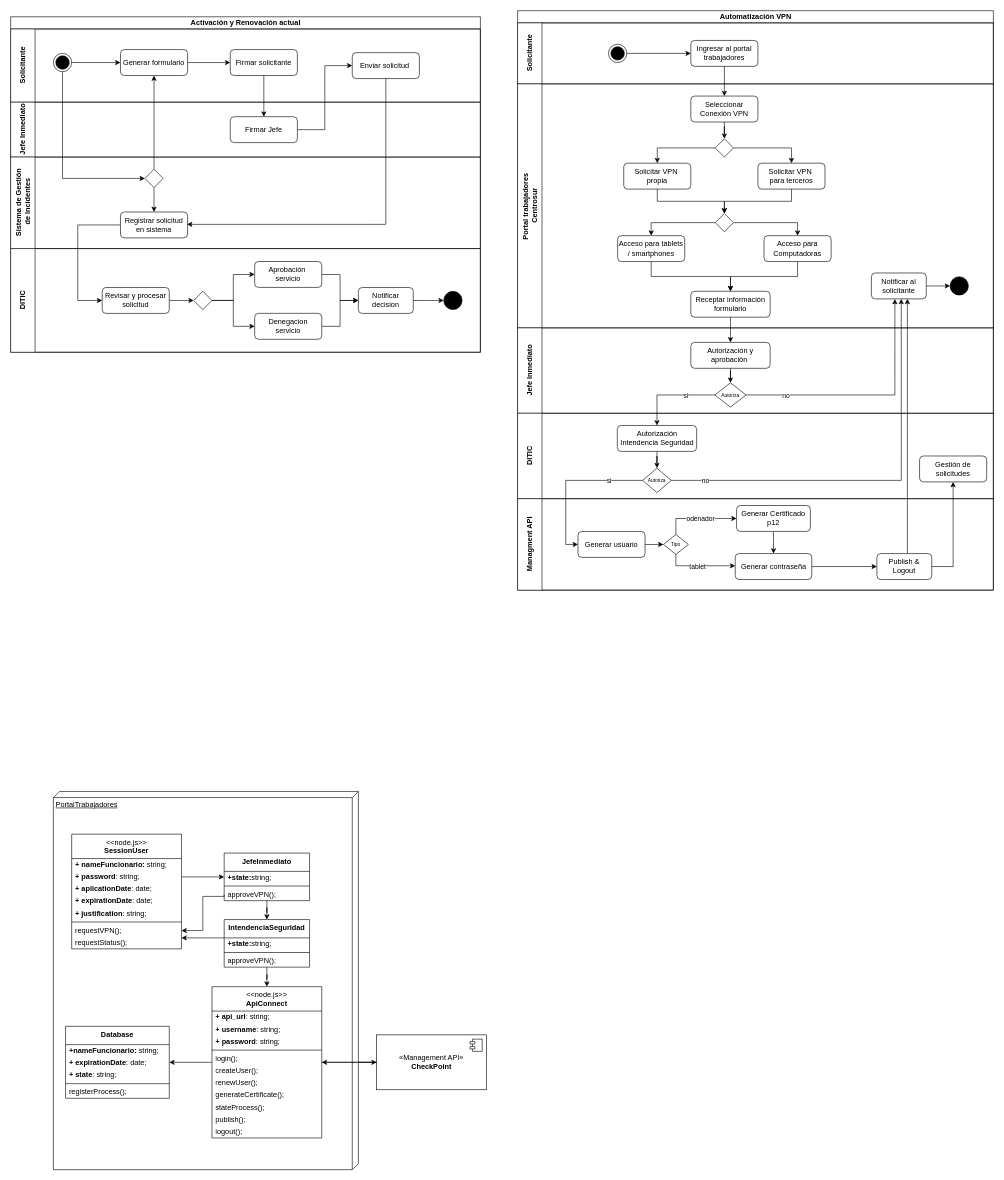
Before: automatizacion-VPN.drawio in bboythian/centrosur-pasantia, a draw.io diagram. Source tidied: cells renumbered, new cells numbered last; positions are measured from the earlier drawing's top-left corner, leaving out a move shared by most shapes. Both pictures are drawn from the tidied source at 61%, with x=0, y=0 at pixel (10, 10).
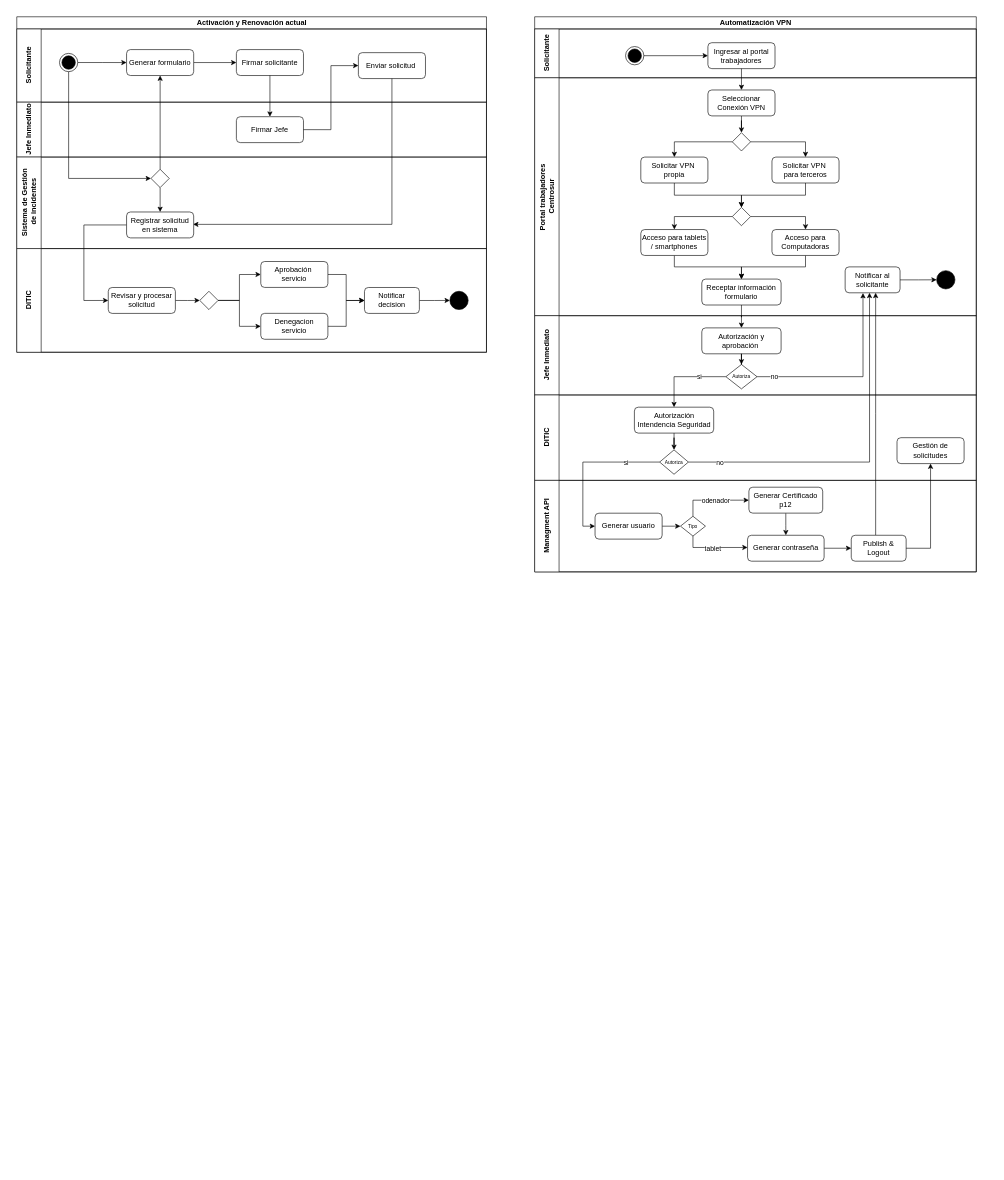
Above is the later version.

Unchanged cells that the change refers to:
```xml
<mxCell id="70" value="Autoriza" style="rhombus;fontSize=8;" parent="66" vertex="1">
  <mxGeometry x="204.9" y="90" width="47.1" height="40" as="geometry" />
</mxCell>
```

Diff of the diagram source:
```diff
@@
     <mxCell id="2" value="Activación y Renovación actual" style="swimlane;horizontal=1;startSize=20;html=1;" parent="1" vertex="1">
-      <mxGeometry y="10" width="770" height="550" as="geometry" />
+      <mxGeometry x="10" y="10" width="770" height="550" as="geometry" />
     </mxCell>
@@
     <mxCell id="35" value="Automatización VPN" style="swimlane;horizontal=1;startSize=20;html=1;" parent="1" vertex="1">
-      <mxGeometry x="831" width="780" height="950" as="geometry" />
+      <mxGeometry x="859" y="10" width="724" height="910" as="geometry" />
     </mxCell>
     <mxCell id="36" value="Solicitante" style="swimlane;startSize=40;horizontal=0;html=1;" parent="35" vertex="1">
-      <mxGeometry y="20" width="780" height="100" as="geometry" />
+      <mxGeometry y="20" width="724" height="80" as="geometry" />
     </mxCell>
     <mxCell id="37" style="ellipse;html=1;shape=endState;fillColor=strokeColor;" parent="36" vertex="1">
-      <mxGeometry x="149" y="35" width="30" height="30" as="geometry" />
+      <mxGeometry x="149" y="28.8" width="30" height="30" as="geometry" />
     </mxCell>
     <mxCell id="38" value="Ingresar al portal trabajadores" style="rounded=1;whiteSpace=wrap;html=1;" parent="36" vertex="1">
-      <mxGeometry x="284" y="28.8" width="110" height="42.5" as="geometry" />
+      <mxGeometry x="284" y="22.5" width="110" height="42.5" as="geometry" />
     </mxCell>
@@
     <mxCell id="40" value="Portal trabajadores&amp;nbsp;&lt;div&gt;Centrosur&lt;/div&gt;" style="swimlane;startSize=40;horizontal=0;html=1;" parent="35" vertex="1">
-      <mxGeometry y="120" width="780" height="400" as="geometry" />
+      <mxGeometry y="100" width="724" height="390" as="geometry" />
     </mxCell>
     <mxCell id="41" style="ellipse;fillColor=strokeColor;html=1;" parent="40" vertex="1">
-      <mxGeometry x="709" y="316.2" width="30" height="30" as="geometry" />
+      <mxGeometry x="659" y="316.2" width="30" height="30" as="geometry" />
     </mxCell>
     <mxCell id="42" value="Notificar al solicitante" style="rounded=1;whiteSpace=wrap;html=1;" parent="40" vertex="1">
-      <mxGeometry x="580" y="310" width="90" height="42.5" as="geometry" />
+      <mxGeometry x="509" y="310" width="90" height="42.5" as="geometry" />
     </mxCell>
@@
     <mxCell id="46" value="Receptar información formulario" style="rounded=1;whiteSpace=wrap;html=1;" parent="40" vertex="1">
-      <mxGeometry x="284" y="340" width="130" height="42.5" as="geometry" />
+      <mxGeometry x="274" y="330" width="130" height="42.5" as="geometry" />
     </mxCell>
@@
     <mxCell id="48" value="Solicitar VPN&amp;nbsp;&lt;div&gt;para terceros&lt;/div&gt;" style="rounded=1;whiteSpace=wrap;html=1;" parent="40" vertex="1">
-      <mxGeometry x="394" y="130" width="110" height="42.5" as="geometry" />
+      <mxGeometry x="389" y="130" width="110" height="42.5" as="geometry" />
     </mxCell>
@@
     <mxCell id="54" style="edgeStyle=orthogonalEdgeStyle;rounded=0;jettySize=auto;html=1;" parent="40" edge="1" source="55" target="46">
-      <mxGeometry relative="1" as="geometry" />
+      <mxGeometry relative="1" as="geometry">
+        <Array as="points">
+          <mxPoint x="444" y="310" />
+          <mxPoint x="339" y="310" />
+        </Array>
+      </mxGeometry>
     </mxCell>
     <mxCell id="55" value="Acceso para Computadoras" style="rounded=1;whiteSpace=wrap;html=1;" parent="40" vertex="1">
-      <mxGeometry x="404" y="248.8" width="110" height="42.5" as="geometry" />
+      <mxGeometry x="389" y="248.8" width="110" height="42.5" as="geometry" />
     </mxCell>
     <mxCell id="56" style="edgeStyle=orthogonalEdgeStyle;rounded=0;jettySize=auto;html=1;exitX=0.5;exitY=1;exitDx=0;exitDy=0;" parent="40" edge="1" source="57" target="46">
-      <mxGeometry relative="1" as="geometry" />
+      <mxGeometry relative="1" as="geometry">
+        <Array as="points">
+          <mxPoint x="229" y="310" />
+          <mxPoint x="339" y="310" />
+        </Array>
+      </mxGeometry>
     </mxCell>
     <mxCell id="57" value="Acceso para tablets / smartphones" style="rounded=1;whiteSpace=wrap;html=1;" parent="40" vertex="1">
-      <mxGeometry x="164" y="248.8" width="110" height="42.5" as="geometry" />
+      <mxGeometry x="174" y="248.8" width="110" height="42.5" as="geometry" />
     </mxCell>
@@
     <mxCell id="61" value="Jefe Inmediato" style="swimlane;startSize=40;horizontal=0;html=1;" parent="35" vertex="1">
-      <mxGeometry y="520" width="780" height="140" as="geometry" />
+      <mxGeometry y="490" width="724" height="130" as="geometry" />
     </mxCell>
@@
     <mxCell id="63" value="Autorización y aprobación&amp;nbsp;" style="rounded=1;whiteSpace=wrap;html=1;" parent="61" vertex="1">
-      <mxGeometry x="284" y="23.8" width="130" height="42.5" as="geometry" />
+      <mxGeometry x="274" y="20" width="130" height="42.5" as="geometry" />
     </mxCell>
     <mxCell id="64" value="Autoriza" style="rhombus;fontSize=8;" parent="61" vertex="1">
-      <mxGeometry x="323.5" y="90" width="51" height="40" as="geometry" />
+      <mxGeometry x="313.5" y="80" width="51" height="40" as="geometry" />
     </mxCell>
     <mxCell id="65" style="edgeStyle=orthogonalEdgeStyle;rounded=0;jettySize=auto;html=1;" parent="35" edge="1" source="77" target="42">
       <mxGeometry relative="1" as="geometry">
         <Array as="points">
-          <mxPoint x="639" y="690" />
-          <mxPoint x="639" y="690" />
+          <mxPoint x="559" y="650" />
+          <mxPoint x="559" y="650" />
         </Array>
       </mxGeometry>
     </mxCell>
     <mxCell id="66" value="DITIC" style="swimlane;startSize=40;horizontal=0;html=1;" parent="35" vertex="1">
-      <mxGeometry y="660" width="780" height="140" as="geometry" />
+      <mxGeometry y="620" width="724" height="140" as="geometry" />
     </mxCell>
@@
     <mxCell id="68" value="Gestión de solicitudes" style="rounded=1;whiteSpace=wrap;html=1;" parent="66" vertex="1">
-      <mxGeometry x="659" y="70" width="110" height="42.5" as="geometry" />
+      <mxGeometry x="594" y="70" width="110" height="42.5" as="geometry" />
     </mxCell>
@@
     <mxCell id="72" value="Managment API" style="swimlane;startSize=40;horizontal=0;html=1;" parent="35" vertex="1">
-      <mxGeometry y="800" width="780" height="150" as="geometry" />
+      <mxGeometry y="760" width="724" height="150" as="geometry" />
     </mxCell>
@@
     <mxCell id="74" value="Generar contraseña" style="rounded=1;whiteSpace=wrap;html=1;" parent="72" vertex="1">
-      <mxGeometry x="356.8" y="90" width="125.5" height="42.5" as="geometry" />
+      <mxGeometry x="349" y="90" width="125.5" height="42.5" as="geometry" />
     </mxCell>
@@
     <mxCell id="77" value="Publish &amp;amp; Logout" style="rounded=1;whiteSpace=wrap;html=1;" parent="72" vertex="1">
-      <mxGeometry x="589" y="90" width="90" height="42.5" as="geometry" />
+      <mxGeometry x="519" y="90" width="90" height="42.5" as="geometry" />
     </mxCell>
@@
     <mxCell id="84" value="Generar Certificado p12" style="rounded=1;whiteSpace=wrap;html=1;" parent="72" vertex="1">
-      <mxGeometry x="359" y="11.2" width="121" height="42.5" as="geometry" />
+      <mxGeometry x="351.2" y="11.2" width="121" height="42.5" as="geometry" />
     </mxCell>
     <mxCell id="85" style="edgeStyle=orthogonalEdgeStyle;rounded=0;jettySize=auto;html=1;entryX=0.5;entryY=1;entryDx=0;entryDy=0;exitX=1;exitY=0.5;exitDx=0;exitDy=0;" parent="35" edge="1" source="77" target="68">
       <mxGeometry relative="1" as="geometry">
         <Array as="points">
-          <mxPoint x="714" y="911" />
+          <mxPoint x="649" y="871" />
         </Array>
       </mxGeometry>
     </mxCell>
@@
-    <mxCell id="90" style="edgeStyle=orthogonalEdgeStyle;rounded=0;jettySize=auto;html=1;exitX=1;exitY=0.5;exitDx=0;exitDy=0;entryX=0.544;entryY=1.001;entryDx=0;entryDy=0;entryPerimeter=0;" parent="35" edge="1" source="70" target="42">
+    <mxCell id="90" style="edgeStyle=orthogonalEdgeStyle;rounded=0;jettySize=auto;html=1;exitX=1;exitY=0.5;exitDx=0;exitDy=0;entryX=0.444;entryY=0.999;entryDx=0;entryDy=0;entryPerimeter=0;" parent="35" edge="1" source="70" target="42">
       <mxGeometry relative="1" as="geometry">
         <Array as="points">
-          <mxPoint x="629" y="770" />
+          <mxPoint x="549" y="730" />
         </Array>
       </mxGeometry>
     </mxCell>
@@
-    <mxCell id="94" style="edgeStyle=orthogonalEdgeStyle;rounded=0;jettySize=auto;html=1;exitX=1;exitY=0.5;exitDx=0;exitDy=0;entryX=0.428;entryY=1.004;entryDx=0;entryDy=0;entryPerimeter=0;" parent="35" edge="1" source="64" target="42">
-      <mxGeometry relative="1" as="geometry" />
+    <mxCell id="94" style="edgeStyle=orthogonalEdgeStyle;rounded=0;jettySize=auto;html=1;exitX=1;exitY=0.5;exitDx=0;exitDy=0;entryX=0.325;entryY=1.01;entryDx=0;entryDy=0;entryPerimeter=0;" parent="35" edge="1" source="64" target="42">
+      <mxGeometry relative="1" as="geometry">
+        <Array as="points">
+          <mxPoint x="539" y="590" />
+          <mxPoint x="539" y="453" />
+        </Array>
+      </mxGeometry>
     </mxCell>
@@
-    <mxCell id="96" style="edgeStyle=orthogonalEdgeStyle;rounded=0;jettySize=auto;html=1;" parent="1" edge="1" source="97" target="101">
-      <mxGeometry relative="1" as="geometry" />
-    </mxCell>
-    <mxCell id="97" value="«Management API»&lt;br&gt;&lt;b&gt;CheckPoint&lt;/b&gt;" style="html=1;whiteSpace=wrap;" parent="1" vertex="1">
-      <mxGeometry x="600" y="1679" width="180" height="90" as="geometry" />
-    </mxCell>
-    <mxCell id="98" style="shape=module;jettyWidth=8;jettyHeight=4;" parent="97" vertex="1">
-      <mxGeometry x="1" width="20" height="20" relative="1" as="geometry">
-        <mxPoint x="-27" y="7" as="offset" />
-      </mxGeometry>
-    </mxCell>
-    <mxCell id="99" value="PortalTrabajadores" style="verticalAlign=top;align=left;spacingTop=8;spacingLeft=2;spacingRight=12;shape=cube;size=10;direction=south;fontStyle=4;html=1;whiteSpace=wrap;" parent="1" vertex="1">
-      <mxGeometry x="70" y="1280" width="500" height="620" as="geometry" />
-    </mxCell>
-    <mxCell id="100" style="edgeStyle=orthogonalEdgeStyle;rounded=0;jettySize=auto;html=1;" parent="1" edge="1" source="101" target="135">
-      <mxGeometry relative="1" as="geometry" />
-    </mxCell>
-    <mxCell id="101" value="&amp;lt;&amp;lt;node.js&amp;gt;&amp;gt;&lt;br&gt;&lt;b&gt;ApiConnect&lt;/b&gt;" style="swimlane;fontStyle=0;align=center;verticalAlign=top;horizontal=1;startSize=40;html=1;whiteSpace=wrap;" parent="1" vertex="1">
-      <mxGeometry x="330" y="1600" width="180" height="248" as="geometry" />
-    </mxCell>
-    <mxCell id="102" value="&lt;b&gt;+ api_url&lt;/b&gt;: string;" style="text;html=1;strokeColor=none;fillColor=none;align=left;verticalAlign=middle;spacingLeft=4;spacingRight=4;overflow=hidden;whiteSpace=wrap;" parent="101" vertex="1">
-      <mxGeometry y="40" width="180" height="20" as="geometry" />
-    </mxCell>
-    <mxCell id="103" value="&lt;b&gt;+ username&lt;/b&gt;: string;" style="text;html=1;strokeColor=none;fillColor=none;align=left;verticalAlign=middle;spacingLeft=4;spacingRight=4;overflow=hidden;whiteSpace=wrap;" parent="101" vertex="1">
-      <mxGeometry y="60" width="180" height="20" as="geometry" />
-    </mxCell>
-    <mxCell id="104" value="&lt;b&gt;+ password&lt;/b&gt;: string;" style="text;html=1;strokeColor=none;fillColor=none;align=left;verticalAlign=middle;spacingLeft=4;spacingRight=4;overflow=hidden;whiteSpace=wrap;" parent="101" vertex="1">
-      <mxGeometry y="80" width="180" height="20" as="geometry" />
-    </mxCell>
-    <mxCell id="105" style="line;strokeWidth=1;fillColor=none;align=left;verticalAlign=middle;spacingTop=-1;spacingLeft=3;spacingRight=3;labelPosition=right;" parent="101" vertex="1">
-      <mxGeometry y="100" width="180" height="8" as="geometry" />
-    </mxCell>
-    <mxCell id="106" value="login();" style="text;html=1;strokeColor=none;fillColor=none;align=left;verticalAlign=middle;spacingLeft=4;spacingRight=4;overflow=hidden;whiteSpace=wrap;" parent="101" vertex="1">
-      <mxGeometry y="108" width="180" height="20" as="geometry" />
-    </mxCell>
-    <mxCell id="107" value="createUser();" style="text;html=1;strokeColor=none;fillColor=none;align=left;verticalAlign=middle;spacingLeft=4;spacingRight=4;overflow=hidden;whiteSpace=wrap;" parent="101" vertex="1">
-      <mxGeometry y="128" width="180" height="20" as="geometry" />
-    </mxCell>
-    <mxCell id="108" value="renewUser();" style="text;html=1;strokeColor=none;fillColor=none;align=left;verticalAlign=middle;spacingLeft=4;spacingRight=4;overflow=hidden;whiteSpace=wrap;" parent="101" vertex="1">
-      <mxGeometry y="148" width="180" height="20" as="geometry" />
-    </mxCell>
-    <mxCell id="109" value="generateCertificate();" style="text;html=1;strokeColor=none;fillColor=none;align=left;verticalAlign=middle;spacingLeft=4;spacingRight=4;overflow=hidden;whiteSpace=wrap;" parent="101" vertex="1">
-      <mxGeometry y="168" width="180" height="20" as="geometry" />
-    </mxCell>
-    <mxCell id="110" value="stateProcess();" style="text;html=1;strokeColor=none;fillColor=none;align=left;verticalAlign=middle;spacingLeft=4;spacingRight=4;overflow=hidden;whiteSpace=wrap;" parent="101" vertex="1">
-      <mxGeometry y="188" width="180" height="20" as="geometry" />
-    </mxCell>
-    <mxCell id="111" value="publish();" style="text;html=1;strokeColor=none;fillColor=none;align=left;verticalAlign=middle;spacingLeft=4;spacingRight=4;overflow=hidden;whiteSpace=wrap;" parent="101" vertex="1">
-      <mxGeometry y="208" width="180" height="20" as="geometry" />
-    </mxCell>
-    <mxCell id="112" value="logout();" style="text;html=1;strokeColor=none;fillColor=none;align=left;verticalAlign=middle;spacingLeft=4;spacingRight=4;overflow=hidden;whiteSpace=wrap;" parent="101" vertex="1">
-      <mxGeometry y="228" width="180" height="20" as="geometry" />
-    </mxCell>
-    <mxCell id="113" style="edgeStyle=orthogonalEdgeStyle;rounded=0;jettySize=auto;html=1;exitX=1;exitY=0.5;exitDx=0;exitDy=0;" parent="1" edge="1" source="116" target="125">
-      <mxGeometry relative="1" as="geometry" />
-    </mxCell>
-    <mxCell id="114" value="&amp;lt;&amp;lt;node.js&amp;gt;&amp;gt;&lt;br&gt;&lt;b&gt;SessionUser&lt;/b&gt;" style="swimlane;fontStyle=0;align=center;verticalAlign=top;horizontal=1;startSize=40;html=1;whiteSpace=wrap;" parent="1" vertex="1">
-      <mxGeometry x="100" y="1350" width="180" height="188" as="geometry" />
-    </mxCell>
-    <mxCell id="115" value="&lt;b&gt;+ nameFuncionario: &lt;/b&gt;string;" style="text;html=1;strokeColor=none;fillColor=none;align=left;verticalAlign=middle;spacingLeft=4;spacingRight=4;overflow=hidden;whiteSpace=wrap;" parent="114" vertex="1">
-      <mxGeometry y="40" width="180" height="20" as="geometry" />
-    </mxCell>
-    <mxCell id="116" value="&lt;b&gt;+ password&lt;/b&gt;: string;" style="text;html=1;strokeColor=none;fillColor=none;align=left;verticalAlign=middle;spacingLeft=4;spacingRight=4;overflow=hidden;points=[[0,0.5],[1,0.5]];portConstraint=eastwest;whiteSpace=wrap;" parent="114" vertex="1">
-      <mxGeometry y="60" width="180" height="20" as="geometry" />
-    </mxCell>
-    <mxCell id="117" value="&lt;b&gt;+ aplicationDate&lt;/b&gt;: date;" style="text;html=1;strokeColor=none;fillColor=none;align=left;verticalAlign=middle;spacingLeft=4;spacingRight=4;overflow=hidden;whiteSpace=wrap;" parent="114" vertex="1">
-      <mxGeometry y="80" width="180" height="20" as="geometry" />
-    </mxCell>
-    <mxCell id="118" value="&lt;b&gt;+ expirationDate&lt;/b&gt;: date;" style="text;html=1;strokeColor=none;fillColor=none;align=left;verticalAlign=middle;spacingLeft=4;spacingRight=4;overflow=hidden;whiteSpace=wrap;" parent="114" vertex="1">
-      <mxGeometry y="100" width="180" height="20" as="geometry" />
-    </mxCell>
-    <mxCell id="119" value="&lt;b&gt;+ justification&lt;/b&gt;: string;" style="text;html=1;strokeColor=none;fillColor=none;align=left;verticalAlign=middle;spacingLeft=4;spacingRight=4;overflow=hidden;whiteSpace=wrap;" parent="114" vertex="1">
-      <mxGeometry y="120" width="180" height="20" as="geometry" />
-    </mxCell>
-    <mxCell id="120" style="line;strokeWidth=1;fillColor=none;align=left;verticalAlign=middle;spacingTop=-1;spacingLeft=3;spacingRight=3;labelPosition=right;" parent="114" vertex="1">
-      <mxGeometry y="140" width="180" height="8" as="geometry" />
-    </mxCell>
-    <mxCell id="121" value="requestVPN();" style="text;html=1;strokeColor=none;fillColor=none;align=left;verticalAlign=middle;spacingLeft=4;spacingRight=4;overflow=hidden;points=[[0,0.5],[1,0.5]];portConstraint=eastwest;whiteSpace=wrap;" parent="114" vertex="1">
-      <mxGeometry y="148" width="180" height="20" as="geometry" />
-    </mxCell>
-    <mxCell id="122" value="requestStatus();" style="text;html=1;strokeColor=none;fillColor=none;align=left;verticalAlign=middle;spacingLeft=4;spacingRight=4;overflow=hidden;whiteSpace=wrap;" parent="114" vertex="1">
-      <mxGeometry y="168" width="180" height="20" as="geometry" />
-    </mxCell>
-    <mxCell id="123" style="edgeStyle=orthogonalEdgeStyle;rounded=0;jettySize=auto;html=1;entryX=0.5;entryY=0;entryDx=0;entryDy=0;" parent="1" edge="1" source="125" target="131">
-      <mxGeometry relative="1" as="geometry" />
-    </mxCell>
-    <mxCell id="124" style="edgeStyle=orthogonalEdgeStyle;rounded=0;jettySize=auto;html=1;entryX=1;entryY=0.5;entryDx=0;entryDy=0;exitX=0;exitY=0.5;exitDx=0;exitDy=0;" parent="1" edge="1" source="128" target="121">
-      <mxGeometry relative="1" as="geometry">
-        <Array as="points">
-          <mxPoint x="350" y="1452" />
-          <mxPoint x="315" y="1452" />
-          <mxPoint x="315" y="1508" />
-        </Array>
-      </mxGeometry>
-    </mxCell>
-    <mxCell id="125" value="&lt;b&gt;JefeInmediato&lt;/b&gt;" style="swimlane;fontStyle=0;align=center;verticalAlign=top;horizontal=1;startSize=30;html=1;whiteSpace=wrap;" parent="1" vertex="1">
-      <mxGeometry x="350" y="1381" width="140" height="78" as="geometry" />
-    </mxCell>
-    <mxCell id="126" value="&lt;b&gt;+state:&lt;/b&gt;string;" style="text;html=1;strokeColor=none;fillColor=none;align=left;verticalAlign=middle;spacingLeft=4;spacingRight=4;overflow=hidden;whiteSpace=wrap;" parent="125" vertex="1">
-      <mxGeometry y="30" width="140" height="20" as="geometry" />
-    </mxCell>
-    <mxCell id="127" style="line;strokeWidth=1;fillColor=none;align=left;verticalAlign=middle;spacingTop=-1;spacingLeft=3;spacingRight=3;labelPosition=right;" parent="125" vertex="1">
-      <mxGeometry y="50" width="140" height="8" as="geometry" />
-    </mxCell>
-    <mxCell id="128" value="approveVPN();" style="text;html=1;strokeColor=none;fillColor=none;align=left;verticalAlign=middle;spacingLeft=4;spacingRight=4;overflow=hidden;points=[[0,0.5],[1,0.5]];portConstraint=eastwest;whiteSpace=wrap;" parent="125" vertex="1">
-      <mxGeometry y="58" width="140" height="20" as="geometry" />
-    </mxCell>
-    <mxCell id="129" style="edgeStyle=orthogonalEdgeStyle;rounded=0;jettySize=auto;html=1;" parent="1" edge="1" source="131" target="101">
-      <mxGeometry relative="1" as="geometry" />
-    </mxCell>
-    <mxCell id="130" style="edgeStyle=orthogonalEdgeStyle;rounded=0;jettySize=auto;html=1;" parent="1" edge="1" source="131">
-      <mxGeometry relative="1" as="geometry">
-        <mxPoint x="280" y="1520" as="targetPoint" />
-        <Array as="points">
-          <mxPoint x="280" y="1520" />
-        </Array>
-      </mxGeometry>
-    </mxCell>
-    <mxCell id="131" value="&lt;b&gt;IntendenciaSeguridad&lt;/b&gt;" style="swimlane;fontStyle=0;align=center;verticalAlign=top;horizontal=1;startSize=30;html=1;whiteSpace=wrap;" parent="1" vertex="1">
-      <mxGeometry x="350" y="1490" width="140" height="78" as="geometry" />
-    </mxCell>
-    <mxCell id="132" value="&lt;b&gt;+state:&lt;/b&gt;string;" style="text;html=1;strokeColor=none;fillColor=none;align=left;verticalAlign=middle;spacingLeft=4;spacingRight=4;overflow=hidden;whiteSpace=wrap;" parent="131" vertex="1">
-      <mxGeometry y="30" width="140" height="20" as="geometry" />
-    </mxCell>
-    <mxCell id="133" style="line;strokeWidth=1;fillColor=none;align=left;verticalAlign=middle;spacingTop=-1;spacingLeft=3;spacingRight=3;labelPosition=right;" parent="131" vertex="1">
-      <mxGeometry y="50" width="140" height="8" as="geometry" />
-    </mxCell>
-    <mxCell id="134" value="approveVPN();" style="text;html=1;strokeColor=none;fillColor=none;align=left;verticalAlign=middle;spacingLeft=4;spacingRight=4;overflow=hidden;whiteSpace=wrap;" parent="131" vertex="1">
-      <mxGeometry y="58" width="140" height="20" as="geometry" />
-    </mxCell>
-    <mxCell id="135" value="&lt;b&gt;Database&lt;/b&gt;" style="swimlane;fontStyle=0;align=center;verticalAlign=top;horizontal=1;startSize=30;html=1;whiteSpace=wrap;" parent="1" vertex="1">
-      <mxGeometry x="90" y="1665" width="170" height="118" as="geometry" />
-    </mxCell>
-    <mxCell id="136" value="&lt;b&gt;+nameFuncionario: &lt;/b&gt;string;" style="text;html=1;strokeColor=none;fillColor=none;align=left;verticalAlign=middle;spacingLeft=4;spacingRight=4;overflow=hidden;whiteSpace=wrap;" parent="135" vertex="1">
-      <mxGeometry y="30" width="170" height="20" as="geometry" />
-    </mxCell>
-    <mxCell id="137" value="&lt;b&gt;+ expirationDate&lt;/b&gt;: date;" style="text;html=1;strokeColor=none;fillColor=none;align=left;verticalAlign=middle;spacingLeft=4;spacingRight=4;overflow=hidden;whiteSpace=wrap;" parent="135" vertex="1">
-      <mxGeometry y="50" width="170" height="20" as="geometry" />
-    </mxCell>
-    <mxCell id="138" value="&lt;b&gt;+ state&lt;/b&gt;: string;" style="text;html=1;strokeColor=none;fillColor=none;align=left;verticalAlign=middle;spacingLeft=4;spacingRight=4;overflow=hidden;whiteSpace=wrap;" parent="135" vertex="1">
-      <mxGeometry y="70" width="170" height="20" as="geometry" />
-    </mxCell>
-    <mxCell id="139" style="line;strokeWidth=1;fillColor=none;align=left;verticalAlign=middle;spacingTop=-1;spacingLeft=3;spacingRight=3;labelPosition=right;" parent="135" vertex="1">
-      <mxGeometry y="90" width="170" height="8" as="geometry" />
-    </mxCell>
-    <mxCell id="140" value="registerProcess();" style="text;html=1;strokeColor=none;fillColor=none;align=left;verticalAlign=middle;spacingLeft=4;spacingRight=4;overflow=hidden;whiteSpace=wrap;" parent="135" vertex="1">
-      <mxGeometry y="98" width="170" height="20" as="geometry" />
-    </mxCell>
-    <mxCell id="141" style="edgeStyle=orthogonalEdgeStyle;rounded=0;orthogonalLoop=1;jettySize=auto;html=1;" parent="1" edge="1">
-      <mxGeometry relative="1" as="geometry">
-        <mxPoint x="510" y="1724" as="sourcePoint" />
-        <mxPoint x="600" y="1724" as="targetPoint" />
-      </mxGeometry>
-    </mxCell>
-    <mxCell id="142" style="edgeStyle=orthogonalEdgeStyle;rounded=0;jettySize=auto;html=1;" parent="1" edge="1" source="97" target="101">
-      <mxGeometry relative="1" as="geometry" />
-    </mxCell>
```
